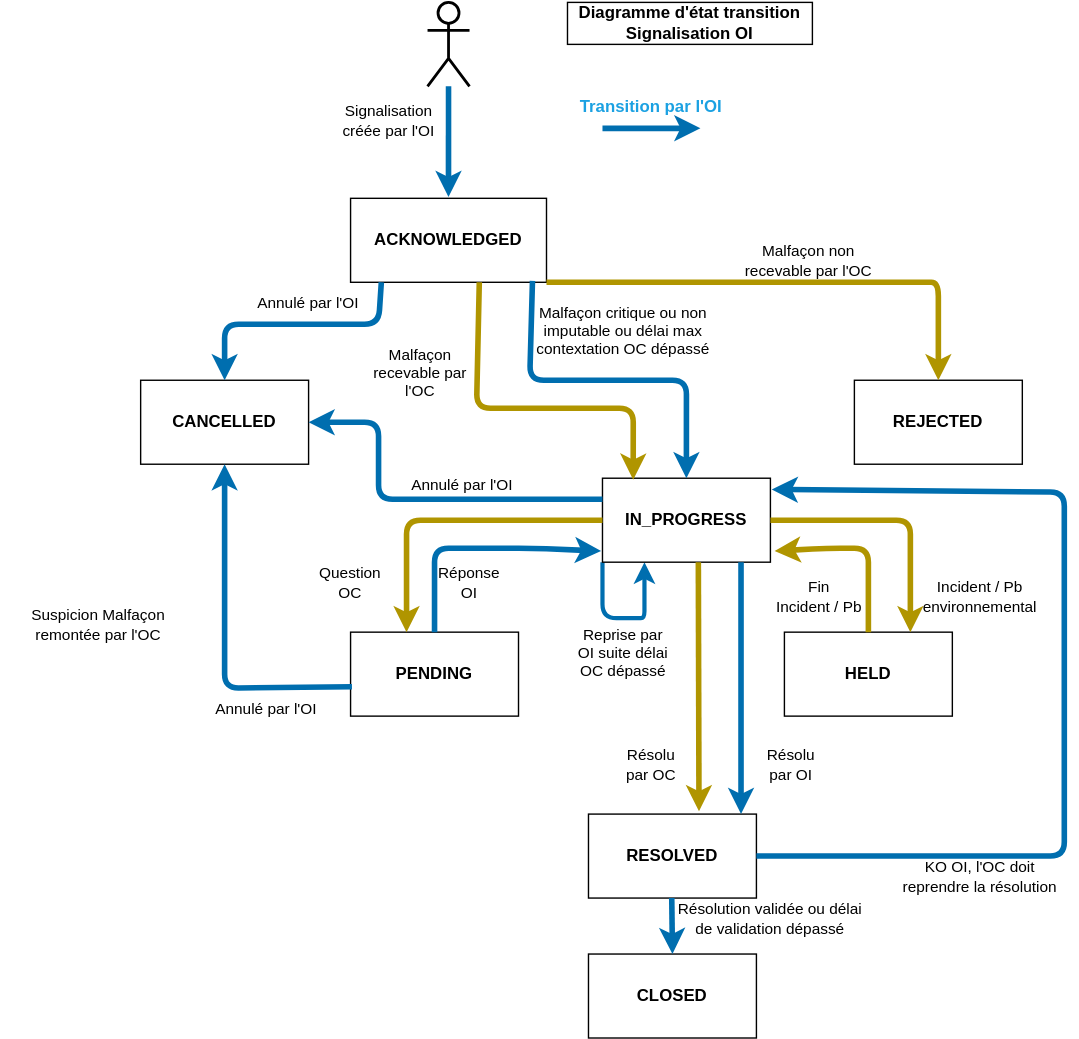
Above: statusOcOi.drawio.svg in before-interop/malfacon (draw.io), before the change. Source tidied: cells renumbered, new cells last; positions are measured from the earlier drawing's top-left corner, leaving out a move shared by most shapes.
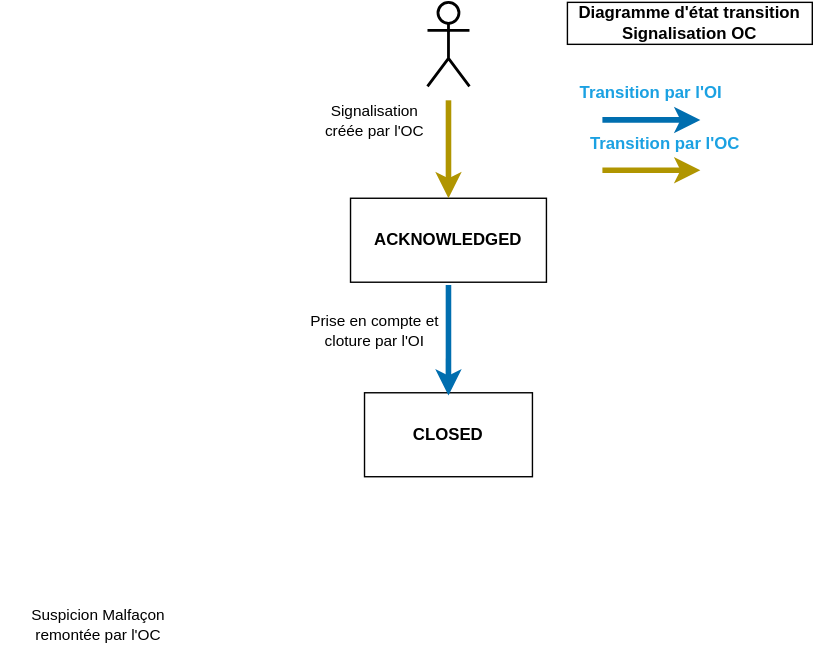
The same file after the commit.

The edit, as a diff of the source:
```diff
@@ -5,221 +5,55 @@
     <mxCell id="2" value="&lt;b&gt;ACKNOWLEDGED&lt;/b&gt;" style="rounded=0;whiteSpace=wrap;html=1;" parent="1" vertex="1">
       <mxGeometry x="250" y="140" width="140" height="60" as="geometry" />
     </mxCell>
-    <mxCell id="3" style="edgeStyle=none;html=1;exitX=0;exitY=1;exitDx=0;exitDy=0;entryX=0.25;entryY=1;entryDx=0;entryDy=0;strokeWidth=3;fillColor=#1ba1e2;strokeColor=#006EAF;" parent="1" edge="1" source="4" target="4">
-      <mxGeometry relative="1" as="geometry">
-        <Array as="points">
-          <mxPoint x="430" y="440" />
-          <mxPoint x="450" y="440" />
-          <mxPoint x="460" y="440" />
-          <mxPoint x="460" y="430" />
-        </Array>
-      </mxGeometry>
-    </mxCell>
-    <mxCell id="4" value="&lt;b&gt;IN_PROGRESS&lt;/b&gt;" style="rounded=0;whiteSpace=wrap;html=1;" parent="1" vertex="1">
-      <mxGeometry x="430" y="340" width="120" height="60" as="geometry" />
-    </mxCell>
-    <mxCell id="5" value="&lt;b&gt;PENDING&lt;/b&gt;" style="rounded=0;whiteSpace=wrap;html=1;" parent="1" vertex="1">
-      <mxGeometry x="250" y="450" width="120" height="60" as="geometry" />
-    </mxCell>
-    <mxCell id="6" value="&lt;b&gt;RESOLVED&lt;/b&gt;" style="rounded=0;whiteSpace=wrap;html=1;" parent="1" vertex="1">
-      <mxGeometry x="420" y="580" width="120" height="60" as="geometry" />
-    </mxCell>
     <mxCell id="7" value="&lt;b&gt;CLOSED&lt;/b&gt;" style="rounded=0;whiteSpace=wrap;html=1;" parent="1" vertex="1">
-      <mxGeometry x="420" y="680" width="120" height="60" as="geometry" />
+      <mxGeometry x="260" y="279" width="120" height="60" as="geometry" />
     </mxCell>
     <mxCell id="8" style="endArrow=classic;html=1;strokeWidth=4;fillColor=#1ba1e2;strokeColor=#006EAF;" parent="1" edge="1">
       <mxGeometry relative="1" as="geometry">
-        <mxPoint x="430" y="90" as="sourcePoint" />
-        <mxPoint x="500" y="90" as="targetPoint" />
+        <mxPoint x="430" y="84" as="sourcePoint" />
+        <mxPoint x="500" y="84" as="targetPoint" />
       </mxGeometry>
     </mxCell>
     <mxCell id="9" value="&lt;b&gt;Transition par l'OI&lt;/b&gt;" style="text;html=1;strokeColor=none;fillColor=none;align=center;verticalAlign=middle;whiteSpace=wrap;rounded=0;fontColor=#1BA1E2;" parent="1" vertex="1">
-      <mxGeometry x="410" y="60" width="110" height="30" as="geometry" />
+      <mxGeometry x="410" y="50" width="110" height="30" as="geometry" />
     </mxCell>
     <mxCell id="10" style="shape=umlActor;verticalLabelPosition=bottom;verticalAlign=top;html=1;fontColor=#1BA1E2;fontStyle=0;strokeWidth=2;" parent="1" vertex="1">
       <mxGeometry x="305" width="30" height="60" as="geometry" />
     </mxCell>
-    <mxCell id="11" style="edgeStyle=none;html=1;entryX=0.183;entryY=0.017;entryDx=0;entryDy=0;fillColor=#e3c800;strokeColor=#B09500;strokeWidth=4;exitX=0.657;exitY=1;exitDx=0;exitDy=0;entryPerimeter=0;exitPerimeter=0;" parent="1" edge="1" source="2" target="4">
-      <mxGeometry relative="1" as="geometry">
-        <Array as="points">
-          <mxPoint x="340" y="290" />
-          <mxPoint x="420" y="290" />
-          <mxPoint x="452" y="290" />
-        </Array>
-      </mxGeometry>
-    </mxCell>
-    <mxCell id="12" value="&lt;b&gt;HELD&lt;/b&gt;" style="rounded=0;whiteSpace=wrap;html=1;" parent="1" vertex="1">
-      <mxGeometry x="560" y="450" width="120" height="60" as="geometry" />
-    </mxCell>
-    <mxCell id="13" style="edgeStyle=none;html=1;fillColor=#e3c800;strokeColor=#B09500;strokeWidth=4;exitX=0;exitY=0.5;exitDx=0;exitDy=0;" parent="1" edge="1" source="4">
-      <mxGeometry relative="1" as="geometry">
-        <mxPoint x="290" y="450" as="targetPoint" />
-        <Array as="points">
-          <mxPoint x="290" y="370" />
-        </Array>
-      </mxGeometry>
-    </mxCell>
-    <mxCell id="14" style="edgeStyle=none;html=1;fillColor=#1ba1e2;strokeColor=#006EAF;strokeWidth=4;exitX=0.5;exitY=0;exitDx=0;exitDy=0;entryX=-0.008;entryY=0.867;entryDx=0;entryDy=0;entryPerimeter=0;" parent="1" edge="1" source="5" target="4">
-      <mxGeometry relative="1" as="geometry">
-        <Array as="points">
-          <mxPoint x="310" y="390" />
-          <mxPoint x="380" y="390" />
-        </Array>
-      </mxGeometry>
-    </mxCell>
-    <mxCell id="15" style="edgeStyle=none;html=1;fillColor=#e3c800;strokeColor=#B09500;strokeWidth=4;entryX=0.75;entryY=0;entryDx=0;entryDy=0;exitX=1;exitY=0.5;exitDx=0;exitDy=0;" parent="1" edge="1" source="4" target="12">
-      <mxGeometry relative="1" as="geometry">
-        <Array as="points">
-          <mxPoint x="600" y="370" />
-          <mxPoint x="650" y="370" />
-        </Array>
-      </mxGeometry>
-    </mxCell>
-    <mxCell id="16" style="edgeStyle=none;html=1;fillColor=#e3c800;strokeColor=#B09500;strokeWidth=4;entryX=1.025;entryY=0.867;entryDx=0;entryDy=0;exitX=0.5;exitY=0;exitDx=0;exitDy=0;entryPerimeter=0;" parent="1" edge="1" source="12" target="4">
-      <mxGeometry relative="1" as="geometry">
-        <Array as="points">
-          <mxPoint x="620" y="390" />
-          <mxPoint x="590" y="390" />
-        </Array>
-      </mxGeometry>
-    </mxCell>
-    <mxCell id="17" style="edgeStyle=none;html=1;entryX=0.658;entryY=-0.033;entryDx=0;entryDy=0;strokeWidth=4;fontColor=#1BA1E2;fillColor=#e3c800;strokeColor=#B09500;entryPerimeter=0;" parent="1" edge="1" target="6">
-      <mxGeometry relative="1" as="geometry">
-        <mxPoint x="498.5" y="400" as="sourcePoint" />
-      </mxGeometry>
-    </mxCell>
-    <mxCell id="18" style="edgeStyle=none;html=1;strokeWidth=4;fontColor=#1BA1E2;fillColor=#1ba1e2;strokeColor=#006EAF;" parent="1" edge="1">
-      <mxGeometry relative="1" as="geometry">
-        <mxPoint x="529" y="400" as="sourcePoint" />
-        <mxPoint x="529" y="580" as="targetPoint" />
-      </mxGeometry>
-    </mxCell>
-    <mxCell id="19" style="edgeStyle=none;html=1;entryX=1.008;entryY=0.133;entryDx=0;entryDy=0;fillColor=#1ba1e2;strokeColor=#006EAF;strokeWidth=4;entryPerimeter=0;" parent="1" edge="1" target="4">
-      <mxGeometry relative="1" as="geometry">
-        <mxPoint x="540" y="610" as="sourcePoint" />
-        <Array as="points">
-          <mxPoint x="760" y="610" />
-          <mxPoint x="760" y="480" />
-          <mxPoint x="760" y="410" />
-          <mxPoint x="760" y="350" />
-        </Array>
-      </mxGeometry>
-    </mxCell>
     <mxCell id="20" value="Suspicion Malfaçon remontée par l'OC" style="text;html=1;strokeColor=none;fillColor=none;align=center;verticalAlign=middle;whiteSpace=wrap;rounded=0;fontSize=11;" parent="1" vertex="1">
       <mxGeometry y="430" width="140" height="30" as="geometry" />
     </mxCell>
-    <mxCell id="21" value="Malfaçon recevable par l'OC" style="text;html=1;strokeColor=none;fillColor=none;align=center;verticalAlign=middle;whiteSpace=wrap;rounded=0;fontSize=11;" parent="1" vertex="1">
-      <mxGeometry x="260" y="250" width="80" height="30" as="geometry" />
-    </mxCell>
-    <mxCell id="22" value="Malfaçon critique ou non imputable ou délai max contextation OC dépassé" style="text;html=1;strokeColor=none;fillColor=none;align=center;verticalAlign=middle;whiteSpace=wrap;rounded=0;fontSize=11;" parent="1" vertex="1">
-      <mxGeometry x="380" y="220" width="130" height="30" as="geometry" />
-    </mxCell>
-    <mxCell id="23" value="Incident / Pb environnemental" style="text;html=1;strokeColor=none;fillColor=none;align=center;verticalAlign=middle;whiteSpace=wrap;rounded=0;fontSize=11;" parent="1" vertex="1">
-      <mxGeometry x="650" y="410" width="100" height="30" as="geometry" />
-    </mxCell>
-    <mxCell id="24" value="Fin&lt;br&gt;&amp;nbsp;Incident /&amp;nbsp;Pb" style="text;html=1;strokeColor=none;fillColor=none;align=center;verticalAlign=middle;whiteSpace=wrap;rounded=0;fontSize=11;" parent="1" vertex="1">
-      <mxGeometry x="550" y="410" width="70" height="30" as="geometry" />
-    </mxCell>
-    <mxCell id="25" value="Question OC" style="text;html=1;strokeColor=none;fillColor=none;align=center;verticalAlign=middle;whiteSpace=wrap;rounded=0;fontSize=11;" parent="1" vertex="1">
-      <mxGeometry x="220" y="400" width="60" height="30" as="geometry" />
-    </mxCell>
-    <mxCell id="26" value="Réponse OI" style="text;html=1;strokeColor=none;fillColor=none;align=center;verticalAlign=middle;whiteSpace=wrap;rounded=0;fontSize=11;" parent="1" vertex="1">
-      <mxGeometry x="305" y="400" width="60" height="30" as="geometry" />
-    </mxCell>
-    <mxCell id="27" value="Reprise par OI suite délai OC dépassé" style="text;html=1;strokeColor=none;fillColor=none;align=center;verticalAlign=middle;whiteSpace=wrap;rounded=0;fontSize=11;" parent="1" vertex="1">
-      <mxGeometry x="410" y="450" width="70" height="30" as="geometry" />
-    </mxCell>
-    <mxCell id="28" value="Résolu par OC" style="text;html=1;strokeColor=none;fillColor=none;align=center;verticalAlign=middle;whiteSpace=wrap;rounded=0;fontSize=11;" parent="1" vertex="1">
-      <mxGeometry x="440" y="530" width="50" height="30" as="geometry" />
-    </mxCell>
-    <mxCell id="29" value="Résolu par OI" style="text;html=1;strokeColor=none;fillColor=none;align=center;verticalAlign=middle;whiteSpace=wrap;rounded=0;fontSize=11;" parent="1" vertex="1">
-      <mxGeometry x="540" y="530" width="50" height="30" as="geometry" />
-    </mxCell>
-    <mxCell id="30" style="edgeStyle=none;html=1;strokeWidth=4;fontColor=#1BA1E2;fillColor=#1ba1e2;strokeColor=#006EAF;" parent="1" edge="1">
-      <mxGeometry relative="1" as="geometry">
-        <mxPoint x="479.5" y="640" as="sourcePoint" />
-        <mxPoint x="480" y="680" as="targetPoint" />
-      </mxGeometry>
-    </mxCell>
-    <mxCell id="31" value="KO OI, l'OC doit reprendre la résolution" style="text;html=1;strokeColor=none;fillColor=none;align=center;verticalAlign=middle;whiteSpace=wrap;rounded=0;fontSize=11;" parent="1" vertex="1">
-      <mxGeometry x="635" y="610" width="130" height="30" as="geometry" />
-    </mxCell>
-    <mxCell id="32" value="&lt;b&gt;CANCELLED&lt;/b&gt;" style="rounded=0;whiteSpace=wrap;html=1;" parent="1" vertex="1">
-      <mxGeometry x="100" y="270" width="120" height="60" as="geometry" />
-    </mxCell>
-    <mxCell id="33" style="edgeStyle=none;html=1;entryX=0.183;entryY=0.017;entryDx=0;entryDy=0;fillColor=#1ba1e2;strokeColor=#006EAF;strokeWidth=4;exitX=0.657;exitY=1;exitDx=0;exitDy=0;entryPerimeter=0;exitPerimeter=0;" parent="1" edge="1">
-      <mxGeometry relative="1" as="geometry">
-        <mxPoint x="380" y="199" as="sourcePoint" />
-        <mxPoint x="490" y="340" as="targetPoint" />
-        <Array as="points">
-          <mxPoint x="378" y="270" />
-          <mxPoint x="410" y="270" />
-          <mxPoint x="460" y="270" />
-          <mxPoint x="490" y="270" />
-        </Array>
-      </mxGeometry>
-    </mxCell>
-    <mxCell id="34" style="edgeStyle=none;html=1;entryX=0.5;entryY=0;entryDx=0;entryDy=0;fillColor=#1ba1e2;strokeColor=#006EAF;strokeWidth=4;exitX=0.157;exitY=1;exitDx=0;exitDy=0;exitPerimeter=0;" parent="1" edge="1" source="2" target="32">
-      <mxGeometry relative="1" as="geometry">
-        <Array as="points">
-          <mxPoint x="270" y="230" />
-          <mxPoint x="220" y="230" />
-          <mxPoint x="160" y="230" />
-        </Array>
-      </mxGeometry>
-    </mxCell>
-    <mxCell id="35" value="Annulé par l'OI" style="text;html=1;strokeColor=none;fillColor=none;align=center;verticalAlign=middle;whiteSpace=wrap;rounded=0;fontSize=11;" parent="1" vertex="1">
-      <mxGeometry x="170" y="200" width="100" height="30" as="geometry" />
-    </mxCell>
-    <mxCell id="36" style="edgeStyle=none;html=1;fillColor=#1ba1e2;strokeColor=#006EAF;strokeWidth=4;exitX=0.008;exitY=0.65;exitDx=0;exitDy=0;entryX=0.5;entryY=1;entryDx=0;entryDy=0;exitPerimeter=0;" parent="1" edge="1" source="5" target="32">
-      <mxGeometry relative="1" as="geometry">
-        <Array as="points">
-          <mxPoint x="160" y="490" />
-        </Array>
-      </mxGeometry>
-    </mxCell>
-    <mxCell id="37" value="Annulé par l'OI" style="text;html=1;strokeColor=none;fillColor=none;align=center;verticalAlign=middle;whiteSpace=wrap;rounded=0;fontSize=11;" parent="1" vertex="1">
-      <mxGeometry x="140" y="490" width="100" height="30" as="geometry" />
-    </mxCell>
-    <mxCell id="38" style="edgeStyle=none;html=1;fillColor=#1ba1e2;strokeColor=#006EAF;strokeWidth=4;exitX=0;exitY=0.25;exitDx=0;exitDy=0;entryX=1;entryY=0.5;entryDx=0;entryDy=0;" parent="1" edge="1" source="4" target="32">
-      <mxGeometry relative="1" as="geometry">
-        <Array as="points">
-          <mxPoint x="270" y="355" />
-          <mxPoint x="270" y="300" />
-        </Array>
-      </mxGeometry>
-    </mxCell>
-    <mxCell id="39" value="Annulé par l'OI" style="text;html=1;strokeColor=none;fillColor=none;align=center;verticalAlign=middle;whiteSpace=wrap;rounded=0;fontSize=11;" parent="1" vertex="1">
-      <mxGeometry x="280" y="330" width="100" height="30" as="geometry" />
-    </mxCell>
-    <mxCell id="40" value="&lt;b&gt;REJECTED&lt;/b&gt;" style="rounded=0;whiteSpace=wrap;html=1;" parent="1" vertex="1">
-      <mxGeometry x="610" y="270" width="120" height="60" as="geometry" />
-    </mxCell>
-    <mxCell id="41" style="edgeStyle=none;html=1;fillColor=#e3c800;strokeColor=#B09500;strokeWidth=4;entryX=0.5;entryY=0;entryDx=0;entryDy=0;exitX=1;exitY=1;exitDx=0;exitDy=0;" parent="1" edge="1" source="2" target="40">
-      <mxGeometry relative="1" as="geometry">
-        <Array as="points">
-          <mxPoint x="650" y="200" />
-          <mxPoint x="670" y="200" />
-        </Array>
-      </mxGeometry>
-    </mxCell>
-    <mxCell id="42" value="Malfaçon non recevable par l'OC" style="text;html=1;strokeColor=none;fillColor=none;align=center;verticalAlign=middle;whiteSpace=wrap;rounded=0;fontSize=11;" parent="1" vertex="1">
-      <mxGeometry x="520" y="170" width="115" height="30" as="geometry" />
-    </mxCell>
-    <mxCell id="43" value="Résolution validée ou délai de validation dépassé" style="text;html=1;strokeColor=none;fillColor=none;align=center;verticalAlign=middle;whiteSpace=wrap;rounded=0;fontSize=11;" parent="1" vertex="1">
-      <mxGeometry x="480" y="640" width="140" height="30" as="geometry" />
-    </mxCell>
-    <mxCell id="44" style="endArrow=classic;html=1;strokeWidth=4;fillColor=#1ba1e2;strokeColor=#006EAF;entryX=0.607;entryY=-0.017;entryDx=0;entryDy=0;entryPerimeter=0;" parent="1" edge="1">
-      <mxGeometry relative="1" as="geometry">
-        <mxPoint x="320" y="60" as="sourcePoint" />
-        <mxPoint x="320" y="139" as="targetPoint" />
-      </mxGeometry>
-    </mxCell>
-    <mxCell id="45" value="Signalisation&lt;br&gt;créée par l'OI" style="text;html=1;strokeColor=none;fillColor=none;align=center;verticalAlign=middle;whiteSpace=wrap;rounded=0;fontSize=11;" parent="1" vertex="1">
-      <mxGeometry x="220" y="70" width="115" height="30" as="geometry" />
+    <mxCell id="45" value="Signalisation&lt;br&gt;créée par l'OC" style="text;html=1;strokeColor=none;fillColor=none;align=center;verticalAlign=middle;whiteSpace=wrap;rounded=0;fontSize=11;" parent="1" vertex="1">
+      <mxGeometry x="210" y="70" width="115" height="30" as="geometry" />
     </mxCell>
-    <mxCell id="46" value="&lt;b&gt;&lt;font style=&quot;font-size: 12px;&quot;&gt;Diagramme d'état transition Signalisation OI&lt;/font&gt;&lt;/b&gt;" style="text;html=1;strokeColor=black;fillColor=none;align=center;verticalAlign=middle;whiteSpace=wrap;rounded=0;fontSize=11;" parent="1" vertex="1">
+    <mxCell id="46" value="&lt;b&gt;&lt;font style=&quot;font-size: 12px;&quot;&gt;Diagramme d'état transition Signalisation OC&lt;/font&gt;&lt;/b&gt;" style="text;html=1;strokeColor=black;fillColor=none;align=center;verticalAlign=middle;whiteSpace=wrap;rounded=0;fontSize=11;" parent="1" vertex="1">
       <mxGeometry x="405" width="175" height="30" as="geometry" />
     </mxCell>
+    <mxCell id="47" value="&lt;b&gt;Transition par l'OC&lt;/b&gt;" style="text;html=1;strokeColor=none;fillColor=none;align=center;verticalAlign=middle;whiteSpace=wrap;rounded=0;fontColor=#1BA1E2;" parent="1" vertex="1">
+      <mxGeometry x="420" y="86" width="110" height="30" as="geometry" />
+    </mxCell>
+    <mxCell id="48" style="edgeStyle=none;html=1;strokeWidth=4;fontColor=#1BA1E2;fillColor=#e3c800;strokeColor=#B09500;" parent="1" edge="1">
+      <mxGeometry relative="1" as="geometry">
+        <mxPoint x="430" y="120" as="sourcePoint" />
+        <mxPoint x="500" y="120" as="targetPoint" />
+        <Array as="points">
+          <mxPoint x="490" y="120" />
+        </Array>
+      </mxGeometry>
+    </mxCell>
+    <mxCell id="49" style="edgeStyle=none;html=1;strokeWidth=4;fontColor=#1BA1E2;fillColor=#e3c800;strokeColor=#B09500;entryX=0.5;entryY=0;entryDx=0;entryDy=0;" parent="1" edge="1" target="2">
+      <mxGeometry relative="1" as="geometry">
+        <mxPoint x="320" y="70" as="sourcePoint" />
+      </mxGeometry>
+    </mxCell>
+    <mxCell id="50" style="endArrow=classic;html=1;strokeWidth=4;fillColor=#1ba1e2;strokeColor=#006EAF;entryX=0.607;entryY=-0.017;entryDx=0;entryDy=0;entryPerimeter=0;" parent="1" edge="1">
+      <mxGeometry relative="1" as="geometry">
+        <mxPoint x="320" y="202" as="sourcePoint" />
+        <mxPoint x="320" y="281" as="targetPoint" />
+      </mxGeometry>
+    </mxCell>
+    <mxCell id="51" value="Prise en compte et cloture par l'OI" style="text;html=1;strokeColor=none;fillColor=none;align=center;verticalAlign=middle;whiteSpace=wrap;rounded=0;fontSize=11;" parent="1" vertex="1">
+      <mxGeometry x="210" y="220" width="115" height="30" as="geometry" />
+    </mxCell>
   </root>
 </mxGraphModel>
```
